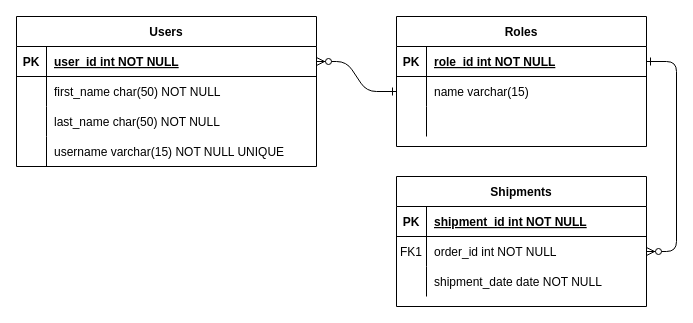
Earlier version of the draw.io diagram ERD/certify-doc-ERD.drawio (markdicks/doc-certify-server). Source tidied: cells renumbered, new cells numbered last; positions are measured from the earlier drawing's top-left corner, leaving out a move shared by most shapes. Both pictures are drawn from the tidied source at 100%, with x=0, y=0 at pixel (16, 16).
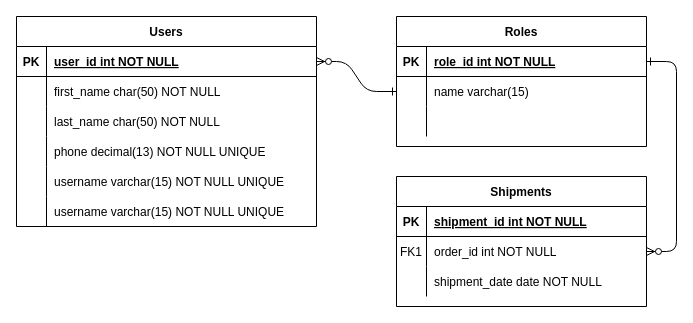
After the change.

Unchanged cells that the change refers to:
```xml
<mxCell id="34" style="shape=partialRectangle;fillColor=none;top=0;left=0;right=0;bottom=0;" parent="24" vertex="1">
  <mxGeometry y="120" width="300" height="30" as="geometry" />
</mxCell>
```

Diff of the diagram source:
```diff
@@
     <mxCell id="24" value="Users" style="shape=table;startSize=30;childLayout=tableLayout;rowLines=0;fontStyle=1;align=center;" parent="1" vertex="1">
-      <mxGeometry width="300" height="150" as="geometry" />
+      <mxGeometry width="300" height="210" as="geometry" />
     </mxCell>
@@
-    <mxCell id="36" value="username varchar(15) NOT NULL UNIQUE" style="shape=partialRectangle;overflow=hidden;fillColor=none;top=0;left=0;bottom=0;right=0;align=left;spacingLeft=6;" parent="34" vertex="1">
+    <mxCell id="36" value="phone decimal(13) NOT NULL UNIQUE" style="shape=partialRectangle;overflow=hidden;fillColor=none;top=0;left=0;bottom=0;right=0;align=left;spacingLeft=6;" parent="34" vertex="1">
       <mxGeometry x="30" width="270" height="30" as="geometry" />
     </mxCell>
+    <mxCell id="37" style="shape=partialRectangle;fillColor=none;top=0;left=0;right=0;bottom=0;" parent="24" vertex="1">
+      <mxGeometry y="150" width="300" height="30" as="geometry" />
+    </mxCell>
+    <mxCell id="38" style="shape=partialRectangle;overflow=hidden;fillColor=none;top=0;left=0;bottom=0;right=0;" parent="37" vertex="1">
+      <mxGeometry width="30" height="30" as="geometry" />
+    </mxCell>
+    <mxCell id="39" value="username varchar(15) NOT NULL UNIQUE" style="shape=partialRectangle;overflow=hidden;fillColor=none;top=0;left=0;bottom=0;right=0;align=left;spacingLeft=6;" parent="37" vertex="1">
+      <mxGeometry x="30" width="270" height="30" as="geometry" />
+    </mxCell>
+    <mxCell id="40" style="shape=partialRectangle;fillColor=none;top=0;left=0;right=0;bottom=0;" parent="24" vertex="1">
+      <mxGeometry y="180" width="300" height="30" as="geometry" />
+    </mxCell>
+    <mxCell id="41" style="shape=partialRectangle;overflow=hidden;fillColor=none;top=0;left=0;bottom=0;right=0;" parent="40" vertex="1">
+      <mxGeometry width="30" height="30" as="geometry" />
+    </mxCell>
+    <mxCell id="42" value="username varchar(15) NOT NULL UNIQUE" style="shape=partialRectangle;overflow=hidden;fillColor=none;top=0;left=0;bottom=0;right=0;align=left;spacingLeft=6;" parent="40" vertex="1">
+      <mxGeometry x="30" width="270" height="30" as="geometry" />
+    </mxCell>
```
